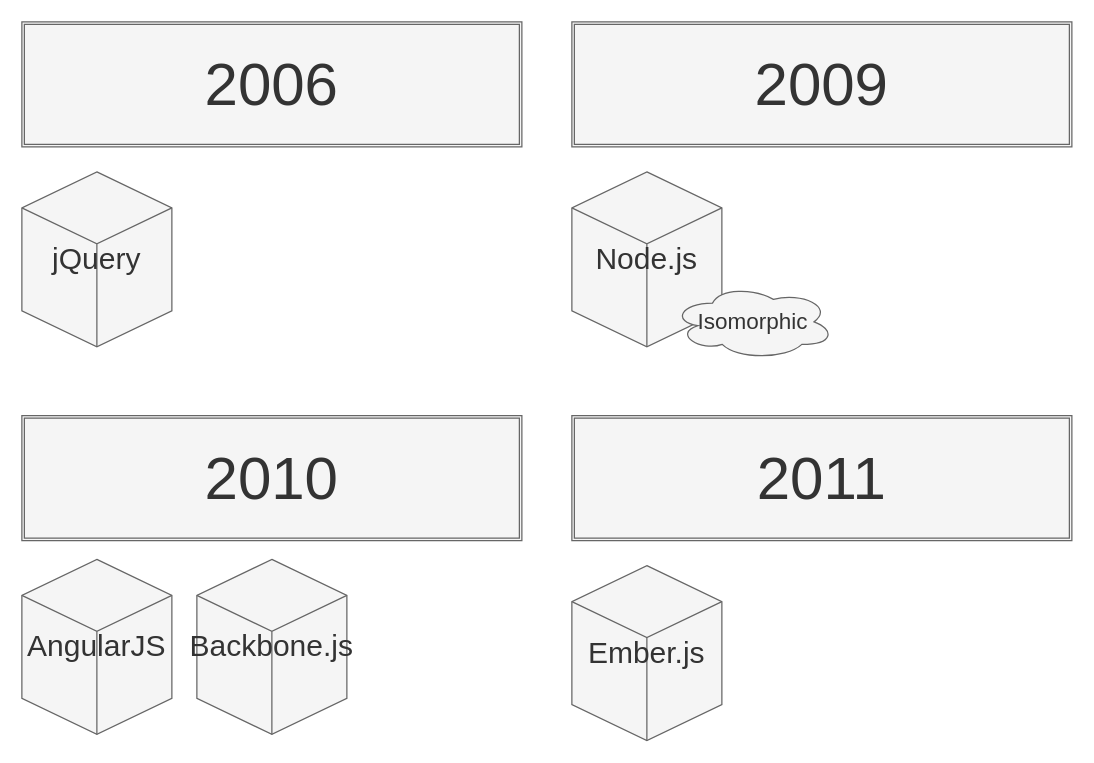
Earlier version of the draw.io diagram assets/images/drawio/02_history_of_frontend_software_1.drawio (silverbirder/Introduction_to_Micro_Frontends). Source tidied: cells renumbered, new cells numbered last; positions are measured from the earlier drawing's top-left corner, leaving out a move shared by most shapes. Both pictures are drawn from the tidied source at 125%, with x=0, y=0 at pixel (21, 21).
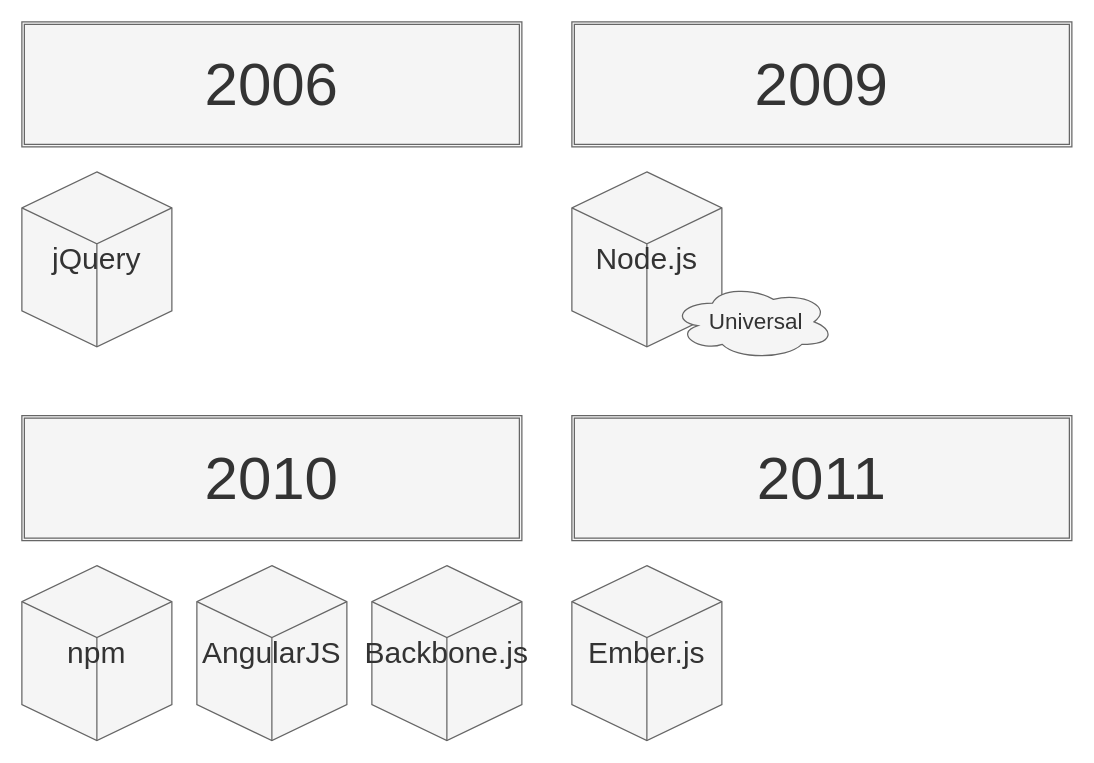
After the change.

The edit, as a diff of the source:
```diff
@@
 <mxGraphModel>
   <root>
     <mxCell id="0" />
     <mxCell id="1" parent="0" />
     <mxCell id="2" value="&lt;font style=&quot;font-size: 48px&quot;&gt;2009&lt;/font&gt;" style="shape=ext;double=1;rounded=0;whiteSpace=wrap;html=1;shadow=0;sketch=0;fillColor=#f5f5f5;strokeColor=#666666;fontColor=#333333;" parent="1" vertex="1">
       <mxGeometry x="440" width="400" height="100" as="geometry" />
     </mxCell>
     <mxCell id="3" value="&lt;font style=&quot;font-size: 24px&quot;&gt;Node.js&lt;/font&gt;" style="html=1;whiteSpace=wrap;shape=isoCube2;backgroundOutline=1;isoAngle=15;shadow=0;sketch=0;fillColor=#f5f5f5;strokeColor=#666666;fontColor=#333333;" parent="1" vertex="1">
       <mxGeometry x="440" y="120" width="120" height="140" as="geometry" />
     </mxCell>
     <mxCell id="4" value="&lt;font style=&quot;font-size: 48px&quot;&gt;2006&lt;/font&gt;" style="shape=ext;double=1;rounded=0;whiteSpace=wrap;html=1;shadow=0;sketch=0;fillColor=#f5f5f5;strokeColor=#666666;fontColor=#333333;" parent="1" vertex="1">
       <mxGeometry width="400" height="100" as="geometry" />
     </mxCell>
     <mxCell id="5" value="&lt;font style=&quot;font-size: 24px&quot;&gt;jQuery&lt;/font&gt;" style="html=1;whiteSpace=wrap;shape=isoCube2;backgroundOutline=1;isoAngle=15;shadow=0;sketch=0;fillColor=#f5f5f5;strokeColor=#666666;fontColor=#333333;" parent="1" vertex="1">
       <mxGeometry y="120" width="120" height="140" as="geometry" />
     </mxCell>
-    <mxCell id="6" value="&lt;font style=&quot;font-size: 18px&quot;&gt;Isomorphic&lt;/font&gt;" style="ellipse;shape=cloud;whiteSpace=wrap;html=1;shadow=0;sketch=0;fillColor=#f5f5f5;align=center;strokeColor=#666666;fontColor=#333333;" parent="1" vertex="1">
+    <mxCell id="6" value="&lt;font style=&quot;font-size: 18px&quot;&gt;&amp;nbsp;Universal&lt;/font&gt;" style="ellipse;shape=cloud;whiteSpace=wrap;html=1;shadow=0;sketch=0;fillColor=#f5f5f5;align=center;strokeColor=#666666;fontColor=#333333;" parent="1" vertex="1">
       <mxGeometry x="520" y="210" width="130" height="60" as="geometry" />
     </mxCell>
     <mxCell id="7" value="&lt;font style=&quot;font-size: 48px&quot;&gt;2010&lt;/font&gt;" style="shape=ext;double=1;rounded=0;whiteSpace=wrap;html=1;shadow=0;sketch=0;fillColor=#f5f5f5;strokeColor=#666666;fontColor=#333333;" parent="1" vertex="1">
       <mxGeometry y="315" width="400" height="100" as="geometry" />
     </mxCell>
     <mxCell id="8" value="&lt;font style=&quot;font-size: 24px&quot;&gt;AngularJS&lt;/font&gt;" style="html=1;whiteSpace=wrap;shape=isoCube2;backgroundOutline=1;isoAngle=15;shadow=0;sketch=0;fillColor=#f5f5f5;strokeColor=#666666;fontColor=#333333;" parent="1" vertex="1">
-      <mxGeometry y="430" width="120" height="140" as="geometry" />
+      <mxGeometry x="140" y="435" width="120" height="140" as="geometry" />
     </mxCell>
     <mxCell id="9" value="&lt;font style=&quot;font-size: 24px&quot;&gt;Backbone.js&lt;/font&gt;" style="html=1;whiteSpace=wrap;shape=isoCube2;backgroundOutline=1;isoAngle=15;shadow=0;sketch=0;fillColor=#f5f5f5;strokeColor=#666666;fontColor=#333333;" parent="1" vertex="1">
-      <mxGeometry x="140" y="430" width="120" height="140" as="geometry" />
+      <mxGeometry x="280" y="435" width="120" height="140" as="geometry" />
     </mxCell>
     <mxCell id="10" value="&lt;font style=&quot;font-size: 48px&quot;&gt;2011&lt;br&gt;&lt;/font&gt;" style="shape=ext;double=1;rounded=0;whiteSpace=wrap;html=1;shadow=0;sketch=0;fillColor=#f5f5f5;strokeColor=#666666;fontColor=#333333;" parent="1" vertex="1">
       <mxGeometry x="440" y="315" width="400" height="100" as="geometry" />
     </mxCell>
     <mxCell id="11" value="&lt;font style=&quot;font-size: 24px&quot;&gt;Ember.js&lt;/font&gt;" style="html=1;whiteSpace=wrap;shape=isoCube2;backgroundOutline=1;isoAngle=15;shadow=0;sketch=0;fillColor=#f5f5f5;strokeColor=#666666;fontColor=#333333;" parent="1" vertex="1">
       <mxGeometry x="440" y="435" width="120" height="140" as="geometry" />
     </mxCell>
+    <mxCell id="12" value="&lt;font style=&quot;font-size: 24px&quot;&gt;npm&lt;/font&gt;" style="html=1;whiteSpace=wrap;shape=isoCube2;backgroundOutline=1;isoAngle=15;shadow=0;sketch=0;fillColor=#f5f5f5;strokeColor=#666666;fontColor=#333333;" parent="1" vertex="1">
+      <mxGeometry y="435" width="120" height="140" as="geometry" />
+    </mxCell>
   </root>
 </mxGraphModel>
```
